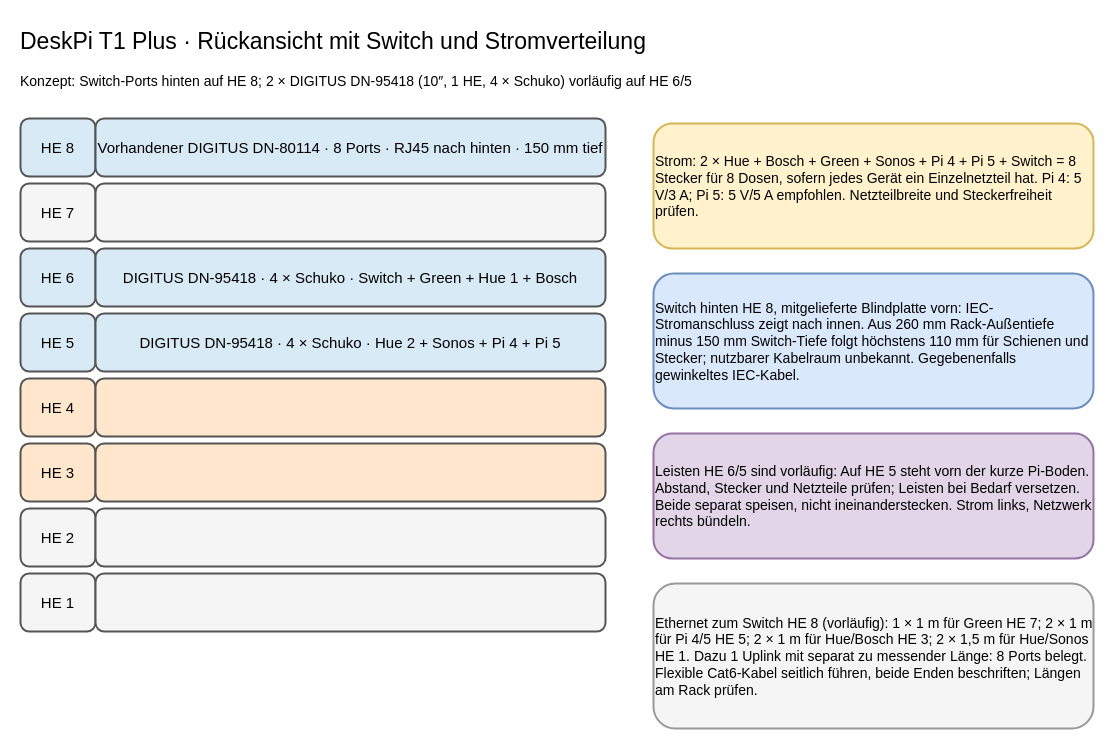
The draw.io diagram page "DeskPi 8 HE – Rückseite" (3 of 4) of 10-zoll-rack-planung.drawio in tiptronic/diagrams, before the edit. Source tidied: cells renumbered, new cells numbered last; positions are measured from the earlier drawing's top-left corner, leaving out a move shared by most shapes. Both pictures are drawn from the tidied source at 100%, with x=0, y=0 at pixel (18, 18).
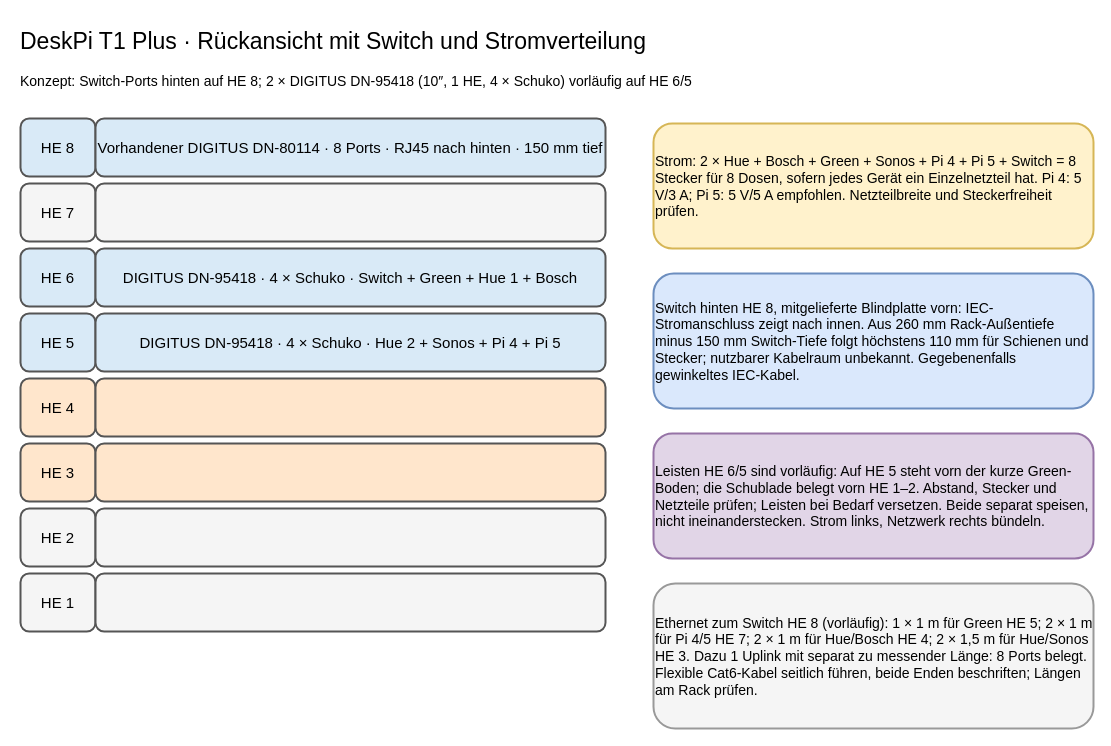
After the change.

Commit message (it also covers changes not shown here):
Plan drawer and move Raspberry Pis above Green

What changed in the source:
```diff
@@
-    <mxCell id="22" value="Leisten HE 6/5 sind vorläufig: Auf HE 5 steht vorn der kurze Pi-Boden. Abstand, Stecker und Netzteile prüfen; Leisten bei Bedarf versetzen. Beide separat speisen, nicht ineinanderstecken. Strom links, Netzwerk rechts bündeln." style="rounded=1;whiteSpace=wrap;html=1;align=left;verticalAlign=middle;strokeWidth=2;fontSize=14;fillColor=#e1d5e7;strokeColor=#9673a6;" parent="1" vertex="1">
+    <mxCell id="22" value="Leisten HE 6/5 sind vorläufig: Auf HE 5 steht vorn der kurze Green-Boden; die Schublade belegt vorn HE 1–2. Abstand, Stecker und Netzteile prüfen; Leisten bei Bedarf versetzen. Beide separat speisen, nicht ineinanderstecken. Strom links, Netzwerk rechts bündeln." style="rounded=1;whiteSpace=wrap;html=1;align=left;verticalAlign=middle;strokeWidth=2;fontSize=14;fillColor=#e1d5e7;strokeColor=#9673a6;" parent="1" vertex="1">
       <mxGeometry x="635" y="415" width="440" height="125" as="geometry" />
     </mxCell>
-    <mxCell id="23" value="Ethernet zum Switch HE 8 (vorläufig): 1 × 1 m für Green HE 7; 2 × 1 m für Pi 4/5 HE 5; 2 × 1 m für Hue/Bosch HE 3; 2 × 1,5 m für Hue/Sonos HE 1. Dazu 1 Uplink mit separat zu messender Länge: 8 Ports belegt. Flexible Cat6-Kabel seitlich führen, beide Enden beschriften; Längen am Rack prüfen." style="rounded=1;whiteSpace=wrap;html=1;align=left;verticalAlign=middle;strokeWidth=2;fontSize=14;fillColor=#f5f5f5;strokeColor=#999999;" parent="1" vertex="1">
+    <mxCell id="23" value="Ethernet zum Switch HE 8 (vorläufig): 1 × 1 m für Green HE 5; 2 × 1 m für Pi 4/5 HE 7; 2 × 1 m für Hue/Bosch HE 4; 2 × 1,5 m für Hue/Sonos HE 3. Dazu 1 Uplink mit separat zu messender Länge: 8 Ports belegt. Flexible Cat6-Kabel seitlich führen, beide Enden beschriften; Längen am Rack prüfen." style="rounded=1;whiteSpace=wrap;html=1;align=left;verticalAlign=middle;strokeWidth=2;fontSize=14;fillColor=#f5f5f5;strokeColor=#999999;" parent="1" vertex="1">
       <mxGeometry x="635" y="565" width="440" height="145" as="geometry" />
     </mxCell>
```
